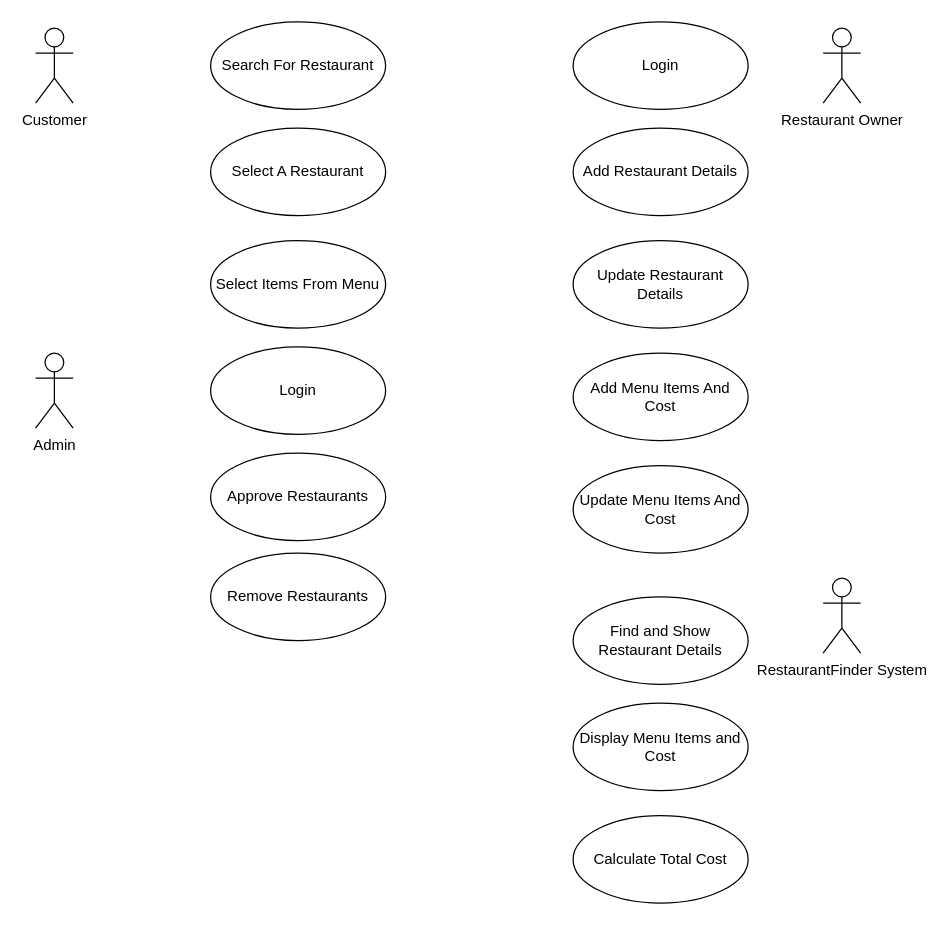
Above: RestaurantFinder_UML.drawio in bijuchiriyankandath/restaurantFinder (draw.io), before the change. Source tidied: cells renumbered, new cells numbered last; positions are measured from the earlier drawing's top-left corner, leaving out a move shared by most shapes. Both pictures are drawn from the tidied source at 125%, with x=0, y=0 at pixel (35, 21).
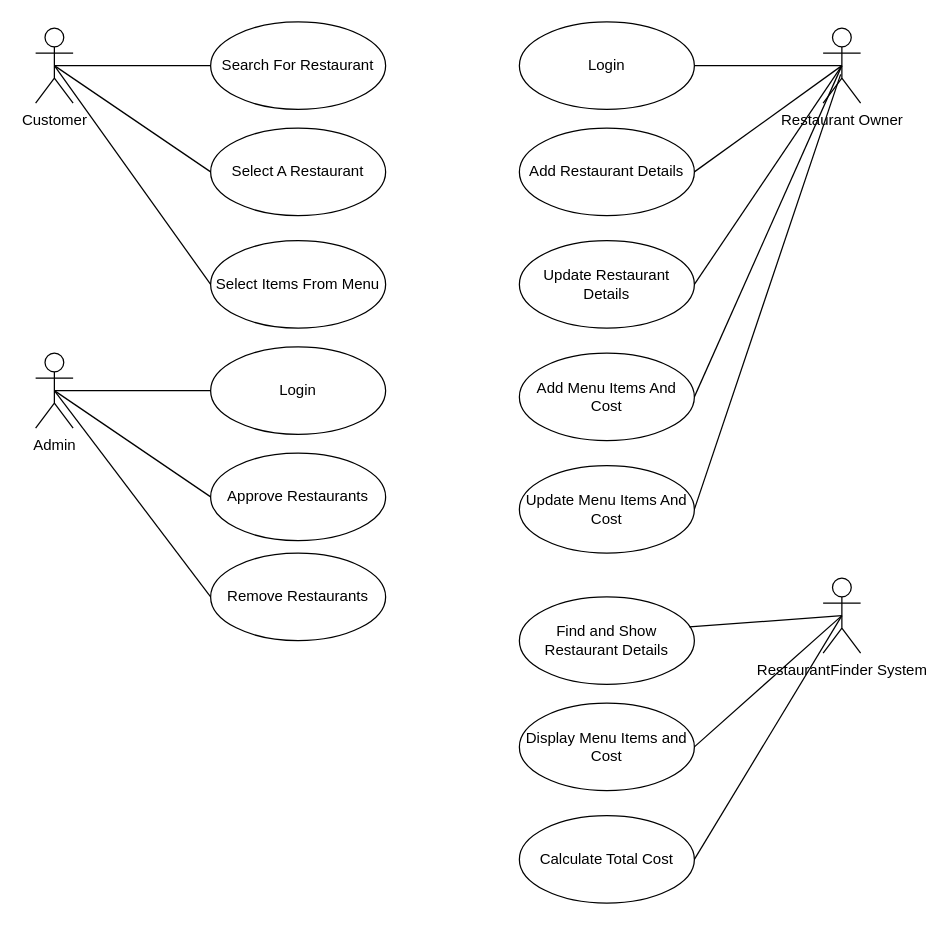
The same diagram, later.

Unchanged cells that the change refers to:
```xml
<mxCell id="2" value="Customer" style="shape=umlActor;verticalLabelPosition=bottom;verticalAlign=top;html=1;" parent="1" vertex="1">
  <mxGeometry y="5" width="30" height="60" as="geometry" />
</mxCell>
<mxCell id="3" value="Restaurant Owner" style="shape=umlActor;verticalLabelPosition=bottom;verticalAlign=top;html=1;" parent="1" vertex="1">
  <mxGeometry x="630" y="5" width="30" height="60" as="geometry" />
</mxCell>
<mxCell id="4" value="Search For Restaurant" style="ellipse;whiteSpace=wrap;html=1;" parent="1" vertex="1">
  <mxGeometry x="140" width="140" height="70" as="geometry" />
</mxCell>
<mxCell id="5" value="Select A Restaurant" style="ellipse;whiteSpace=wrap;html=1;" parent="1" vertex="1">
  <mxGeometry x="140" y="85" width="140" height="70" as="geometry" />
</mxCell>
<mxCell id="6" value="Select Items From Menu" style="ellipse;whiteSpace=wrap;html=1;" parent="1" vertex="1">
  <mxGeometry x="140" y="175" width="140" height="70" as="geometry" />
</mxCell>
<mxCell id="12" value="Admin" style="shape=umlActor;verticalLabelPosition=bottom;verticalAlign=top;html=1;" parent="1" vertex="1">
  <mxGeometry y="265" width="30" height="60" as="geometry" />
</mxCell>
<mxCell id="13" value="Login" style="ellipse;whiteSpace=wrap;html=1;" parent="1" vertex="1">
  <mxGeometry x="140" y="260" width="140" height="70" as="geometry" />
</mxCell>
<mxCell id="14" value="Approve Restaurants" style="ellipse;whiteSpace=wrap;html=1;" parent="1" vertex="1">
  <mxGeometry x="140" y="345" width="140" height="70" as="geometry" />
</mxCell>
<mxCell id="15" value="Remove Restaurants" style="ellipse;whiteSpace=wrap;html=1;" parent="1" vertex="1">
  <mxGeometry x="140" y="425" width="140" height="70" as="geometry" />
</mxCell>
<mxCell id="16" value="RestaurantFinder System" style="shape=umlActor;verticalLabelPosition=bottom;verticalAlign=top;html=1;" parent="1" vertex="1">
  <mxGeometry x="630" y="445" width="30" height="60" as="geometry" />
</mxCell>
```

Change to the diagram source:
```diff
@@
     <mxCell id="7" value="Login" style="ellipse;whiteSpace=wrap;html=1;" parent="1" vertex="1">
-      <mxGeometry x="430" width="140" height="70" as="geometry" />
+      <mxGeometry x="387" width="140" height="70" as="geometry" />
     </mxCell>
     <mxCell id="8" value="Add Restaurant Details" style="ellipse;whiteSpace=wrap;html=1;" parent="1" vertex="1">
-      <mxGeometry x="430" y="85" width="140" height="70" as="geometry" />
+      <mxGeometry x="387" y="85" width="140" height="70" as="geometry" />
     </mxCell>
     <mxCell id="9" value="Update Restaurant Details" style="ellipse;whiteSpace=wrap;html=1;" parent="1" vertex="1">
-      <mxGeometry x="430" y="175" width="140" height="70" as="geometry" />
+      <mxGeometry x="387" y="175" width="140" height="70" as="geometry" />
     </mxCell>
     <mxCell id="10" value="Add Menu Items And Cost" style="ellipse;whiteSpace=wrap;html=1;" parent="1" vertex="1">
-      <mxGeometry x="430" y="265" width="140" height="70" as="geometry" />
+      <mxGeometry x="387" y="265" width="140" height="70" as="geometry" />
     </mxCell>
     <mxCell id="11" value="Update Menu Items And Cost" style="ellipse;whiteSpace=wrap;html=1;" parent="1" vertex="1">
-      <mxGeometry x="430" y="355" width="140" height="70" as="geometry" />
+      <mxGeometry x="387" y="355" width="140" height="70" as="geometry" />
     </mxCell>
@@
     <mxCell id="17" value="Find and Show Restaurant Details" style="ellipse;whiteSpace=wrap;html=1;" parent="1" vertex="1">
-      <mxGeometry x="430" y="460" width="140" height="70" as="geometry" />
+      <mxGeometry x="387" y="460" width="140" height="70" as="geometry" />
     </mxCell>
     <mxCell id="18" value="Display Menu Items and Cost" style="ellipse;whiteSpace=wrap;html=1;" parent="1" vertex="1">
-      <mxGeometry x="430" y="545" width="140" height="70" as="geometry" />
+      <mxGeometry x="387" y="545" width="140" height="70" as="geometry" />
     </mxCell>
     <mxCell id="19" value="Calculate Total Cost" style="ellipse;whiteSpace=wrap;html=1;" parent="1" vertex="1">
-      <mxGeometry x="430" y="635" width="140" height="70" as="geometry" />
+      <mxGeometry x="387" y="635" width="140" height="70" as="geometry" />
     </mxCell>
+    <mxCell id="20" style="endArrow=none;html=1;exitX=0.5;exitY=0.5;exitDx=0;exitDy=0;exitPerimeter=0;entryX=0;entryY=0.5;entryDx=0;entryDy=0;" parent="1" edge="1" source="2" target="4">
+      <mxGeometry relative="1" as="geometry" />
+    </mxCell>
+    <mxCell id="21" style="endArrow=none;html=1;exitX=0.5;exitY=0.5;exitDx=0;exitDy=0;exitPerimeter=0;entryX=0;entryY=0.5;entryDx=0;entryDy=0;" parent="1" edge="1" source="2" target="5">
+      <mxGeometry relative="1" as="geometry" />
+    </mxCell>
+    <mxCell id="22" style="endArrow=none;html=1;entryX=0;entryY=0.5;entryDx=0;entryDy=0;exitX=0.5;exitY=0.5;exitDx=0;exitDy=0;exitPerimeter=0;" parent="1" edge="1" source="2" target="6">
+      <mxGeometry relative="1" as="geometry" />
+    </mxCell>
+    <mxCell id="23" style="endArrow=none;html=1;exitX=0.5;exitY=0.5;exitDx=0;exitDy=0;exitPerimeter=0;entryX=0;entryY=0.5;entryDx=0;entryDy=0;" parent="1" edge="1" source="12" target="13">
+      <mxGeometry relative="1" as="geometry" />
+    </mxCell>
+    <mxCell id="24" style="endArrow=none;html=1;exitX=0.5;exitY=0.5;exitDx=0;exitDy=0;exitPerimeter=0;entryX=0;entryY=0.5;entryDx=0;entryDy=0;" parent="1" edge="1" source="12" target="14">
+      <mxGeometry relative="1" as="geometry" />
+    </mxCell>
+    <mxCell id="25" style="endArrow=none;html=1;exitX=0.5;exitY=0.5;exitDx=0;exitDy=0;exitPerimeter=0;entryX=0;entryY=0.5;entryDx=0;entryDy=0;" parent="1" edge="1" source="12" target="15">
+      <mxGeometry relative="1" as="geometry" />
+    </mxCell>
+    <mxCell id="26" style="endArrow=none;html=1;exitX=1;exitY=0.5;exitDx=0;exitDy=0;entryX=0.5;entryY=0.5;entryDx=0;entryDy=0;entryPerimeter=0;" parent="1" edge="1" source="7" target="3">
+      <mxGeometry relative="1" as="geometry" />
+    </mxCell>
+    <mxCell id="27" style="endArrow=none;html=1;entryX=0.5;entryY=0.5;entryDx=0;entryDy=0;entryPerimeter=0;exitX=1;exitY=0.5;exitDx=0;exitDy=0;" parent="1" edge="1" source="8" target="3">
+      <mxGeometry relative="1" as="geometry" />
+    </mxCell>
+    <mxCell id="28" style="endArrow=none;html=1;exitX=1;exitY=0.5;exitDx=0;exitDy=0;entryX=0.5;entryY=0.5;entryDx=0;entryDy=0;entryPerimeter=0;" parent="1" edge="1" source="9" target="3">
+      <mxGeometry relative="1" as="geometry" />
+    </mxCell>
+    <mxCell id="29" style="endArrow=none;html=1;exitX=1;exitY=0.5;exitDx=0;exitDy=0;entryX=0.5;entryY=0.5;entryDx=0;entryDy=0;entryPerimeter=0;" parent="1" edge="1" source="10" target="3">
+      <mxGeometry relative="1" as="geometry" />
+    </mxCell>
+    <mxCell id="30" style="endArrow=none;html=1;exitX=1;exitY=0.5;exitDx=0;exitDy=0;entryX=0.467;entryY=0.617;entryDx=0;entryDy=0;entryPerimeter=0;" parent="1" edge="1" source="11" target="3">
+      <mxGeometry relative="1" as="geometry" />
+    </mxCell>
+    <mxCell id="31" style="endArrow=none;html=1;entryX=0.5;entryY=0.5;entryDx=0;entryDy=0;entryPerimeter=0;exitX=0.971;exitY=0.343;exitDx=0;exitDy=0;exitPerimeter=0;" parent="1" edge="1" source="17" target="16">
+      <mxGeometry relative="1" as="geometry" />
+    </mxCell>
+    <mxCell id="32" style="endArrow=none;html=1;entryX=0.5;entryY=0.5;entryDx=0;entryDy=0;entryPerimeter=0;exitX=1;exitY=0.5;exitDx=0;exitDy=0;" parent="1" edge="1" source="18" target="16">
+      <mxGeometry relative="1" as="geometry" />
+    </mxCell>
+    <mxCell id="33" style="endArrow=none;html=1;exitX=1;exitY=0.5;exitDx=0;exitDy=0;entryX=0.5;entryY=0.5;entryDx=0;entryDy=0;entryPerimeter=0;" parent="1" edge="1" source="19" target="16">
+      <mxGeometry relative="1" as="geometry" />
+    </mxCell>
```
